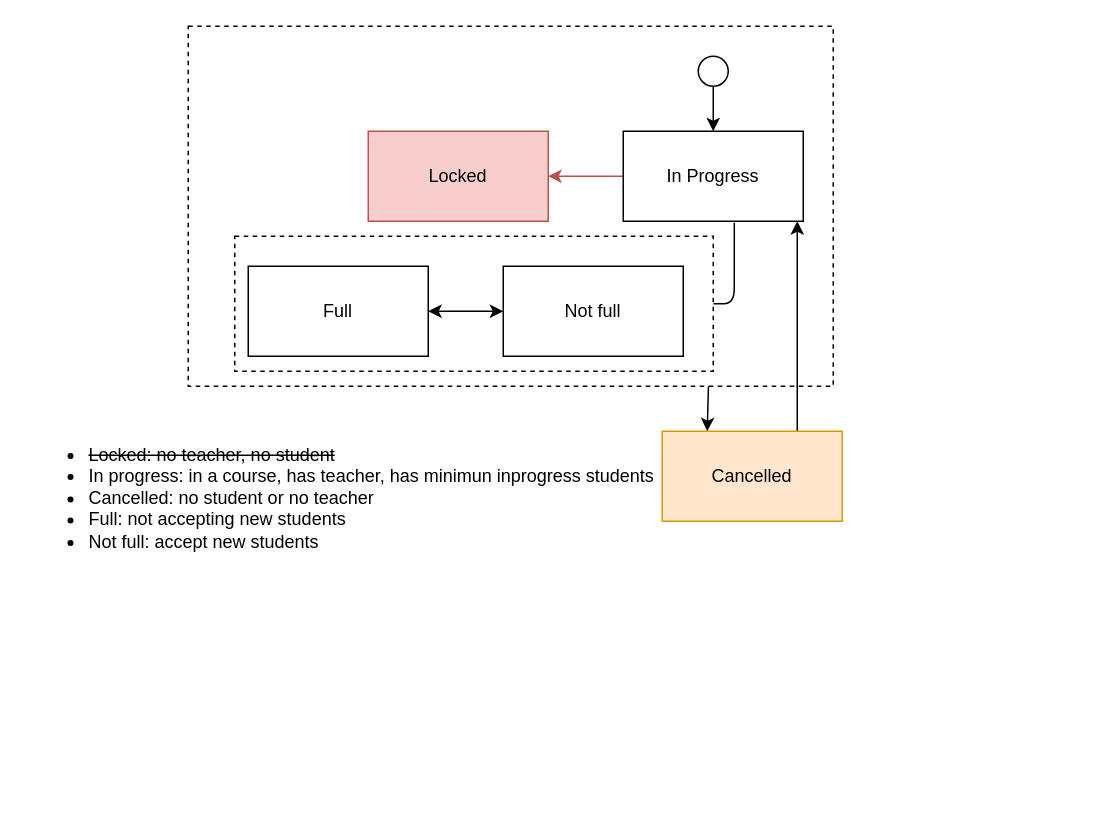
This is page "SubjectState" (5 of 10) of architecture/components-phase1.drawio from douglasdcm/tdd_detroid, a draw.io file, before an edit. Source tidied: cells renumbered, new cells numbered last; positions are measured from the earlier drawing's top-left corner, leaving out a move shared by most shapes. Both pictures are drawn from the tidied source at 150%, with x=0, y=0 at pixel (26, 26).
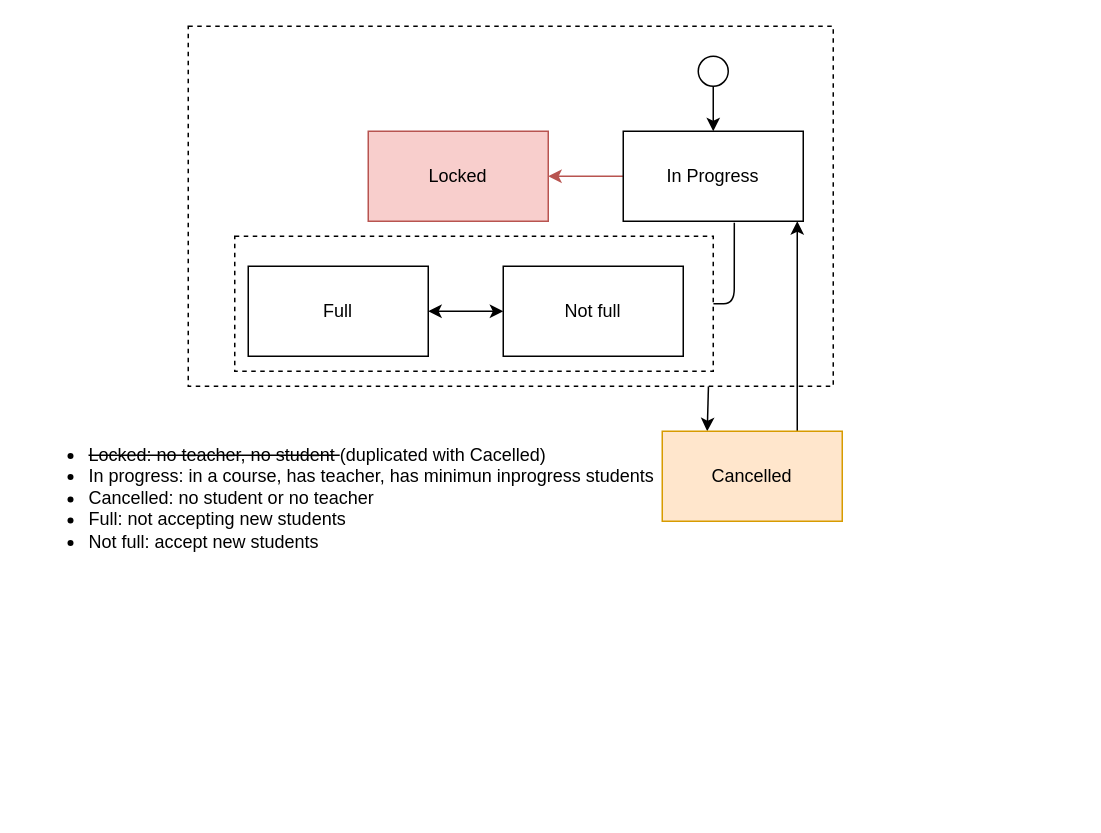
After the change.

The edit, as a diff of the source:
```diff
@@
 <mxGraphModel>
   <root>
     <mxCell id="0" />
     <mxCell id="1" parent="0" />
-    <mxCell id="2" value="&lt;div&gt;&lt;ul&gt;&lt;li&gt;&lt;strike&gt;Locked: no teacher, no student&lt;/strike&gt;&lt;/li&gt;&lt;li&gt;In progress: in a course, has teacher, has minimun inprogress students&lt;/li&gt;&lt;li&gt;Cancelled: no student or no teacher&lt;/li&gt;&lt;li&gt;Full: not accepting new students&lt;/li&gt;&lt;li&gt;Not full: accept new students&lt;/li&gt;&lt;/ul&gt;&lt;/div&gt;" style="text;html=1;align=left;verticalAlign=top;whiteSpace=wrap;rounded=0;" parent="1" vertex="1">
+    <mxCell id="2" value="&lt;div&gt;&lt;ul&gt;&lt;li&gt;&lt;strike&gt;Locked: no teacher, no student &lt;/strike&gt;(duplicated with Cacelled)&lt;/li&gt;&lt;li&gt;In progress: in a course, has teacher, has minimun inprogress students&lt;/li&gt;&lt;li&gt;Cancelled: no student or no teacher&lt;/li&gt;&lt;li&gt;Full: not accepting new students&lt;/li&gt;&lt;li&gt;Not full: accept new students&lt;/li&gt;&lt;/ul&gt;&lt;/div&gt;" style="text;html=1;align=left;verticalAlign=top;whiteSpace=wrap;rounded=0;" parent="1" vertex="1">
       <mxGeometry y="260" width="700" height="260" as="geometry" />
     </mxCell>
     <mxCell id="3" style="edgeStyle=none;html=1;entryX=0.25;entryY=0;entryDx=0;entryDy=0;exitX=0.781;exitY=1;exitDx=0;exitDy=0;exitPerimeter=0;" parent="1" edge="1" target="6">
       <mxGeometry relative="1" as="geometry">
         <mxPoint x="454.8" y="240" as="sourcePoint" />
       </mxGeometry>
     </mxCell>
     <mxCell id="4" style="rounded=0;whiteSpace=wrap;html=1;dashed=1;" parent="1" vertex="1">
       <mxGeometry x="108" width="430" height="240" as="geometry" />
     </mxCell>
     <mxCell id="5" style="html=1;entryX=0.875;entryY=1;entryDx=0;entryDy=0;exitX=0.75;exitY=0;exitDx=0;exitDy=0;entryPerimeter=0;" parent="1" edge="1" source="6">
       <mxGeometry relative="1" as="geometry">
         <mxPoint x="514" y="130" as="targetPoint" />
       </mxGeometry>
     </mxCell>
     <mxCell id="6" value="Cancelled" style="rounded=0;whiteSpace=wrap;html=1;fillColor=#ffe6cc;strokeColor=#d79b00;" parent="1" vertex="1">
       <mxGeometry x="424" y="270" width="120" height="60" as="geometry" />
     </mxCell>
     <mxCell id="7" style="edgeStyle=none;html=1;startArrow=classic;startFill=1;endArrow=none;endFill=0;fillColor=#f8cecc;strokeColor=#b85450;" parent="1" edge="1" source="8" target="10">
       <mxGeometry relative="1" as="geometry" />
     </mxCell>
     <mxCell id="8" value="Locked" style="rounded=0;whiteSpace=wrap;html=1;fillColor=#f8cecc;strokeColor=#b85450;" parent="1" vertex="1">
       <mxGeometry x="228" y="70" width="120" height="60" as="geometry" />
     </mxCell>
     <mxCell id="9" style="edgeStyle=orthogonalEdgeStyle;html=1;entryX=1;entryY=0.5;entryDx=0;entryDy=0;elbow=vertical;exitX=0.617;exitY=1.017;exitDx=0;exitDy=0;exitPerimeter=0;endArrow=none;endFill=0;" parent="1" edge="1" source="10" target="13">
       <mxGeometry relative="1" as="geometry" />
     </mxCell>
     <mxCell id="10" value="In Progress" style="rounded=0;whiteSpace=wrap;html=1;" parent="1" vertex="1">
       <mxGeometry x="398" y="70" width="120" height="60" as="geometry" />
     </mxCell>
     <mxCell id="11" style="edgeStyle=none;html=1;entryX=0.5;entryY=0;entryDx=0;entryDy=0;" parent="1" edge="1" source="12" target="10">
       <mxGeometry relative="1" as="geometry" />
     </mxCell>
     <mxCell id="12" style="ellipse;whiteSpace=wrap;html=1;" parent="1" vertex="1">
       <mxGeometry x="448" y="20" width="20" height="20" as="geometry" />
     </mxCell>
     <mxCell id="13" style="rounded=0;whiteSpace=wrap;html=1;dashed=1;" parent="1" vertex="1">
       <mxGeometry x="139" y="140" width="319" height="90" as="geometry" />
     </mxCell>
     <mxCell id="14" value="Full" style="rounded=0;whiteSpace=wrap;html=1;" parent="1" vertex="1">
       <mxGeometry x="148" y="160" width="120" height="60" as="geometry" />
     </mxCell>
     <mxCell id="15" style="html=1;entryX=1;entryY=0.5;entryDx=0;entryDy=0;elbow=vertical;startArrow=classic;startFill=1;" parent="1" edge="1" source="16" target="14">
       <mxGeometry relative="1" as="geometry" />
     </mxCell>
     <mxCell id="16" value="Not full" style="rounded=0;whiteSpace=wrap;html=1;" parent="1" vertex="1">
       <mxGeometry x="318" y="160" width="120" height="60" as="geometry" />
     </mxCell>
   </root>
 </mxGraphModel>
```
